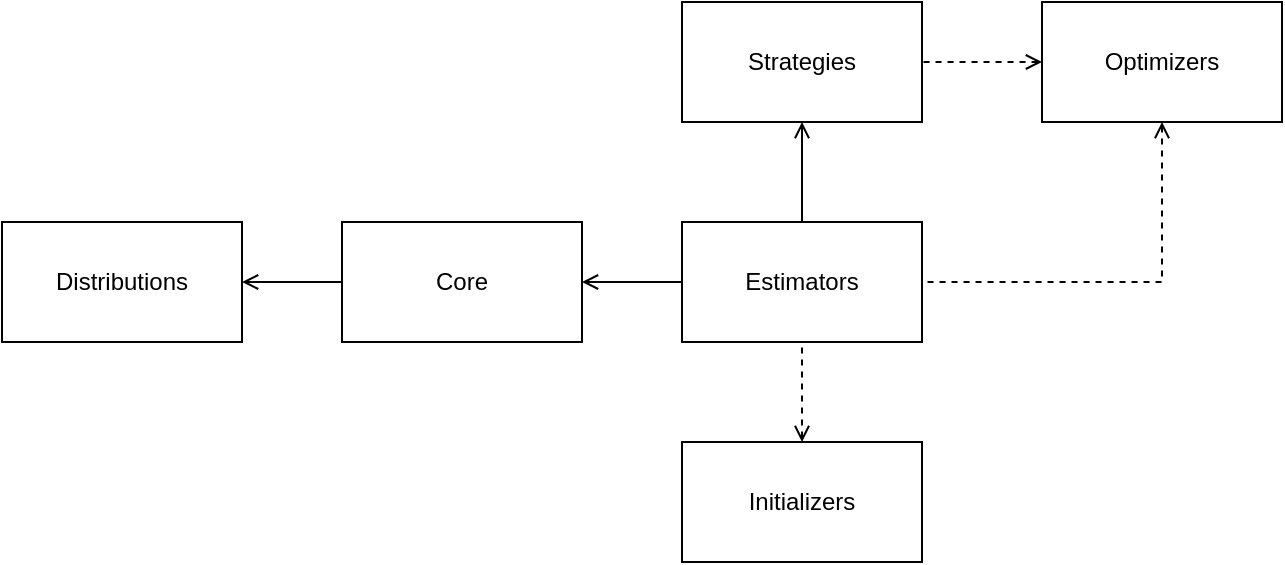
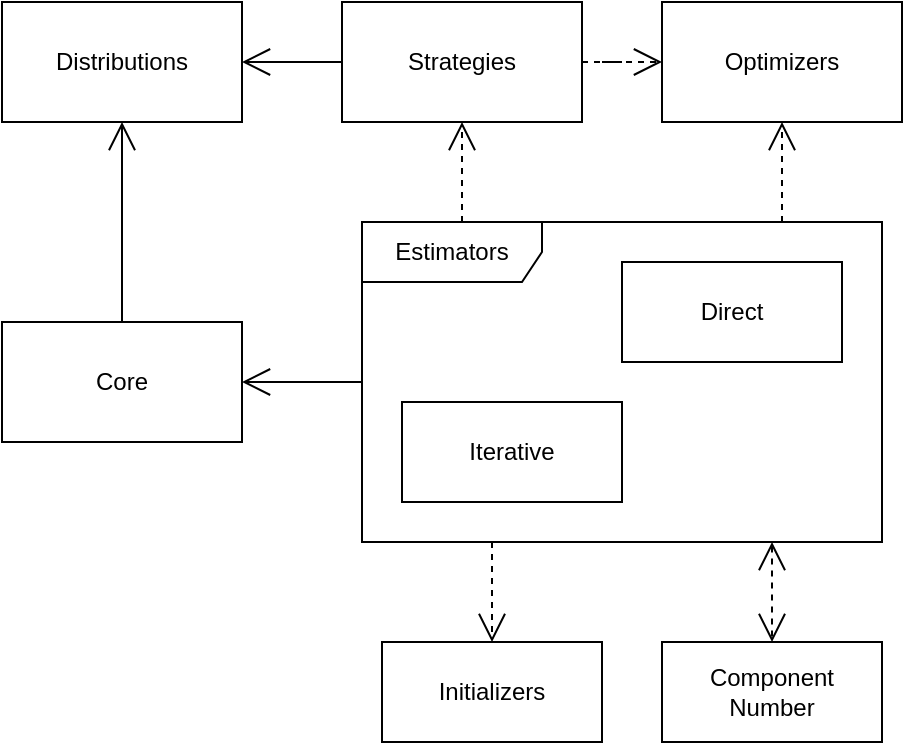
- <mxfile host="app.diagrams.net" agent="Mozilla/5.0 (X11; Linux x86_64; rv:141.0) Gecko/20100101 Firefox/141.0" version="28.0.7">
+ <mxfile host="app.diagrams.net" agent="Mozilla/5.0 (X11; Linux x86_64; rv:141.0) Gecko/20100101 Firefox/141.0" version="28.0.9">
  <diagram name="Страница — 1" id="ngOAPKuM0O4pxvTu6Dq-">
-     <mxGraphModel dx="989" dy="537" grid="1" gridSize="10" guides="1" tooltips="1" connect="1" arrows="1" fold="1" page="1" pageScale="1" pageWidth="827" pageHeight="1169" math="0" shadow="0">
+     <mxGraphModel dx="899" dy="488" grid="1" gridSize="10" guides="1" tooltips="1" connect="1" arrows="1" fold="1" page="1" pageScale="1" pageWidth="827" pageHeight="1169" math="0" shadow="0">
      <root>
        <mxCell id="0" />
        <mxCell id="1" parent="0" />
-         <mxCell id="h_Z-YZyVOgwnQbrGcOnv-9" style="edgeStyle=orthogonalEdgeStyle;rounded=0;orthogonalLoop=1;jettySize=auto;html=1;endArrow=none;endFill=0;startArrow=open;startFill=0;" edge="1" parent="1" source="h_Z-YZyVOgwnQbrGcOnv-2" target="h_Z-YZyVOgwnQbrGcOnv-3">
+         <mxCell id="h_Z-YZyVOgwnQbrGcOnv-9" style="edgeStyle=orthogonalEdgeStyle;rounded=0;orthogonalLoop=1;jettySize=auto;html=1;endArrow=none;endFill=0;startArrow=open;startFill=0;startSize=12;" parent="1" source="h_Z-YZyVOgwnQbrGcOnv-2" target="h_Z-YZyVOgwnQbrGcOnv-3" edge="1">
          <mxGeometry relative="1" as="geometry" />
        </mxCell>
-         <mxCell id="h_Z-YZyVOgwnQbrGcOnv-2" value="Distributions" style="rounded=0;whiteSpace=wrap;html=1;" vertex="1" parent="1">
-           <mxGeometry x="100" y="230" width="120" height="60" as="geometry" />
+         <mxCell id="h_Z-YZyVOgwnQbrGcOnv-2" value="Distributions" style="rounded=0;whiteSpace=wrap;html=1;" parent="1" vertex="1">
+           <mxGeometry x="260" y="70" width="120" height="60" as="geometry" />
        </mxCell>
-         <mxCell id="h_Z-YZyVOgwnQbrGcOnv-8" style="edgeStyle=orthogonalEdgeStyle;rounded=0;orthogonalLoop=1;jettySize=auto;html=1;endArrow=none;endFill=0;startArrow=open;startFill=0;" edge="1" parent="1" source="h_Z-YZyVOgwnQbrGcOnv-3" target="h_Z-YZyVOgwnQbrGcOnv-4">
+         <mxCell id="h_Z-YZyVOgwnQbrGcOnv-3" value="Core" style="rounded=0;whiteSpace=wrap;html=1;" parent="1" vertex="1">
+           <mxGeometry x="260" y="230" width="120" height="60" as="geometry" />
+         </mxCell>
+         <mxCell id="vKf8U4gYvCA-e7K4FiEv-4" style="edgeStyle=orthogonalEdgeStyle;rounded=0;orthogonalLoop=1;jettySize=auto;html=1;endArrow=open;endFill=0;endSize=12;" edge="1" parent="1" source="vKf8U4gYvCA-e7K4FiEv-1" target="h_Z-YZyVOgwnQbrGcOnv-3">
          <mxGeometry relative="1" as="geometry" />
        </mxCell>
-         <mxCell id="h_Z-YZyVOgwnQbrGcOnv-3" value="Core" style="rounded=0;whiteSpace=wrap;html=1;" vertex="1" parent="1">
-           <mxGeometry x="270" y="230" width="120" height="60" as="geometry" />
-         </mxCell>
-         <mxCell id="h_Z-YZyVOgwnQbrGcOnv-4" value="Estimators" style="rounded=0;whiteSpace=wrap;html=1;" vertex="1" parent="1">
-           <mxGeometry x="440" y="230" width="120" height="60" as="geometry" />
-         </mxCell>
-         <mxCell id="h_Z-YZyVOgwnQbrGcOnv-10" style="edgeStyle=orthogonalEdgeStyle;rounded=0;orthogonalLoop=1;jettySize=auto;html=1;endArrow=none;endFill=0;startArrow=open;startFill=0;" edge="1" parent="1" source="h_Z-YZyVOgwnQbrGcOnv-5" target="h_Z-YZyVOgwnQbrGcOnv-4">
-           <mxGeometry relative="1" as="geometry" />
-         </mxCell>
-         <mxCell id="h_Z-YZyVOgwnQbrGcOnv-5" value="Strategies" style="rounded=0;whiteSpace=wrap;html=1;" vertex="1" parent="1">
-           <mxGeometry x="440" y="120" width="120" height="60" as="geometry" />
-         </mxCell>
-         <mxCell id="h_Z-YZyVOgwnQbrGcOnv-12" style="edgeStyle=orthogonalEdgeStyle;rounded=0;orthogonalLoop=1;jettySize=auto;html=1;endArrow=none;endFill=0;startArrow=open;startFill=0;dashed=1;" edge="1" parent="1" source="h_Z-YZyVOgwnQbrGcOnv-6" target="h_Z-YZyVOgwnQbrGcOnv-5">
-           <mxGeometry relative="1" as="geometry" />
-         </mxCell>
-         <mxCell id="h_Z-YZyVOgwnQbrGcOnv-13" style="edgeStyle=orthogonalEdgeStyle;rounded=0;orthogonalLoop=1;jettySize=auto;html=1;endArrow=none;endFill=0;startArrow=open;startFill=0;dashed=1;" edge="1" parent="1" source="h_Z-YZyVOgwnQbrGcOnv-6" target="h_Z-YZyVOgwnQbrGcOnv-4">
+         <mxCell id="vKf8U4gYvCA-e7K4FiEv-7" style="edgeStyle=orthogonalEdgeStyle;rounded=0;orthogonalLoop=1;jettySize=auto;html=1;endArrow=open;endFill=0;endSize=12;dashed=1;" edge="1" parent="1" source="vKf8U4gYvCA-e7K4FiEv-1" target="vKf8U4gYvCA-e7K4FiEv-5">
          <mxGeometry relative="1" as="geometry">
            <Array as="points">
-               <mxPoint x="680" y="260" />
+               <mxPoint x="505" y="350" />
+               <mxPoint x="505" y="350" />
            </Array>
          </mxGeometry>
        </mxCell>
-         <mxCell id="h_Z-YZyVOgwnQbrGcOnv-6" value="Optimizers" style="rounded=0;whiteSpace=wrap;html=1;" vertex="1" parent="1">
-           <mxGeometry x="620" y="120" width="120" height="60" as="geometry" />
+         <mxCell id="vKf8U4gYvCA-e7K4FiEv-8" style="edgeStyle=orthogonalEdgeStyle;rounded=0;orthogonalLoop=1;jettySize=auto;html=1;endArrow=open;endFill=0;endSize=12;dashed=1;startArrow=open;startFill=0;startSize=12;" edge="1" parent="1" source="vKf8U4gYvCA-e7K4FiEv-1" target="vKf8U4gYvCA-e7K4FiEv-6">
+           <mxGeometry relative="1" as="geometry">
+             <Array as="points">
+               <mxPoint x="645" y="360" />
+               <mxPoint x="645" y="360" />
+             </Array>
+           </mxGeometry>
        </mxCell>
-         <mxCell id="h_Z-YZyVOgwnQbrGcOnv-14" style="edgeStyle=orthogonalEdgeStyle;rounded=0;orthogonalLoop=1;jettySize=auto;html=1;endArrow=none;endFill=0;startArrow=open;startFill=0;dashed=1;" edge="1" parent="1" source="h_Z-YZyVOgwnQbrGcOnv-7" target="h_Z-YZyVOgwnQbrGcOnv-4">
+         <mxCell id="vKf8U4gYvCA-e7K4FiEv-17" style="edgeStyle=orthogonalEdgeStyle;rounded=0;orthogonalLoop=1;jettySize=auto;html=1;endArrow=open;endFill=0;endSize=12;dashed=1;" edge="1" parent="1" source="vKf8U4gYvCA-e7K4FiEv-1" target="vKf8U4gYvCA-e7K4FiEv-10">
+           <mxGeometry relative="1" as="geometry">
+             <Array as="points">
+               <mxPoint x="490" y="170" />
+               <mxPoint x="490" y="170" />
+             </Array>
+           </mxGeometry>
+         </mxCell>
+         <mxCell id="vKf8U4gYvCA-e7K4FiEv-18" style="edgeStyle=orthogonalEdgeStyle;rounded=0;orthogonalLoop=1;jettySize=auto;html=1;endArrow=open;endFill=0;endSize=12;dashed=1;" edge="1" parent="1" source="vKf8U4gYvCA-e7K4FiEv-1" target="vKf8U4gYvCA-e7K4FiEv-14">
+           <mxGeometry relative="1" as="geometry">
+             <Array as="points">
+               <mxPoint x="650" y="170" />
+               <mxPoint x="650" y="170" />
+             </Array>
+           </mxGeometry>
+         </mxCell>
+         <mxCell id="vKf8U4gYvCA-e7K4FiEv-1" value="Estimators" style="shape=umlFrame;whiteSpace=wrap;html=1;pointerEvents=0;width=90;height=30;" vertex="1" parent="1">
+           <mxGeometry x="440" y="180" width="260" height="160" as="geometry" />
+         </mxCell>
+         <mxCell id="vKf8U4gYvCA-e7K4FiEv-2" value="Direct" style="html=1;whiteSpace=wrap;" vertex="1" parent="1">
+           <mxGeometry x="570" y="200" width="110" height="50" as="geometry" />
+         </mxCell>
+         <mxCell id="vKf8U4gYvCA-e7K4FiEv-3" value="Iterative" style="html=1;whiteSpace=wrap;" vertex="1" parent="1">
+           <mxGeometry x="460" y="270" width="110" height="50" as="geometry" />
+         </mxCell>
+         <mxCell id="vKf8U4gYvCA-e7K4FiEv-5" value="Initializers" style="html=1;whiteSpace=wrap;" vertex="1" parent="1">
+           <mxGeometry x="450" y="390" width="110" height="50" as="geometry" />
+         </mxCell>
+         <mxCell id="vKf8U4gYvCA-e7K4FiEv-6" value="&lt;div&gt;Component&lt;/div&gt;&lt;div&gt;Number&lt;/div&gt;" style="html=1;whiteSpace=wrap;" vertex="1" parent="1">
+           <mxGeometry x="590" y="390" width="110" height="50" as="geometry" />
+         </mxCell>
+         <mxCell id="vKf8U4gYvCA-e7K4FiEv-11" style="edgeStyle=orthogonalEdgeStyle;rounded=0;orthogonalLoop=1;jettySize=auto;html=1;endArrow=open;endFill=0;endSize=12;" edge="1" parent="1" source="vKf8U4gYvCA-e7K4FiEv-10" target="h_Z-YZyVOgwnQbrGcOnv-2">
          <mxGeometry relative="1" as="geometry" />
        </mxCell>
-         <mxCell id="h_Z-YZyVOgwnQbrGcOnv-7" value="Initializers" style="rounded=0;whiteSpace=wrap;html=1;" vertex="1" parent="1">
-           <mxGeometry x="440" y="340" width="120" height="60" as="geometry" />
+         <mxCell id="vKf8U4gYvCA-e7K4FiEv-16" style="edgeStyle=orthogonalEdgeStyle;rounded=0;orthogonalLoop=1;jettySize=auto;html=1;endArrow=open;endFill=0;endSize=12;dashed=1;" edge="1" parent="1" source="vKf8U4gYvCA-e7K4FiEv-10" target="vKf8U4gYvCA-e7K4FiEv-14">
+           <mxGeometry relative="1" as="geometry" />
+         </mxCell>
+         <mxCell id="vKf8U4gYvCA-e7K4FiEv-10" value="Strategies" style="rounded=0;whiteSpace=wrap;html=1;" vertex="1" parent="1">
+           <mxGeometry x="430" y="70" width="120" height="60" as="geometry" />
+         </mxCell>
+         <mxCell id="vKf8U4gYvCA-e7K4FiEv-14" value="Optimizers" style="rounded=0;whiteSpace=wrap;html=1;" vertex="1" parent="1">
+           <mxGeometry x="590" y="70" width="120" height="60" as="geometry" />
        </mxCell>
      </root>
    </mxGraphModel>
  </diagram>
</mxfile>
